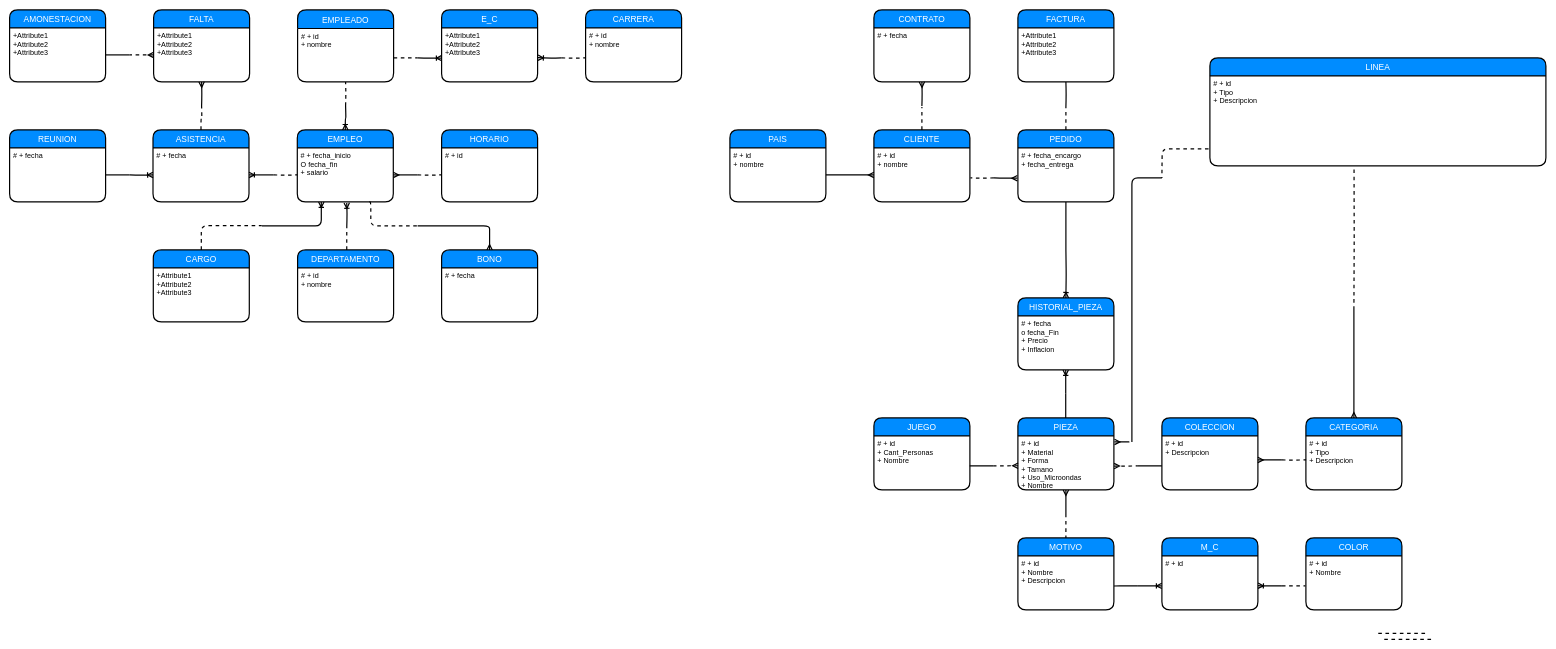
Before: MER.drawio in gctv01/BD1Project2019, a draw.io diagram. Source tidied: cells renumbered, new cells numbered last; positions are measured from the earlier drawing's top-left corner, leaving out a move shared by most shapes. Both pictures are drawn from the tidied source at 60%, with x=0, y=0 at pixel (10, 10).
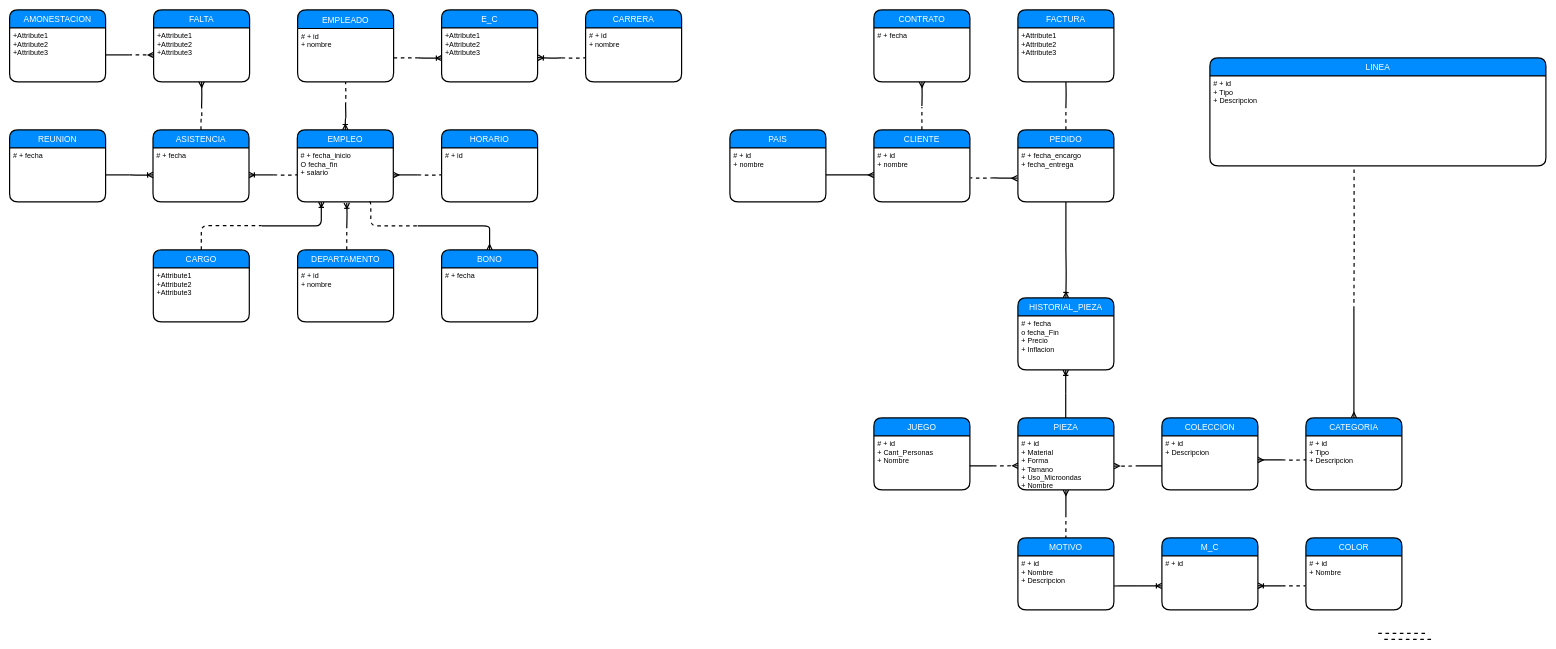
The same diagram, later.

Unchanged cells that the change refers to:
```xml
<mxCell id="54" value="# + id&#10;+ Tipo&#10;+ Descripcion" style="align=left;strokeColor=none;fillColor=none;spacingLeft=4;fontSize=12;verticalAlign=top;" parent="53" vertex="1">
  <mxGeometry y="30" width="560" height="150" as="geometry" />
</mxCell>
```

The edit, as a diff of the source:
```diff
@@
-    <mxCell id="26" style="edgeStyle=orthogonalEdgeStyle;fontSize=12;html=1;endArrow=none;startArrow=none;strokeWidth=2;startFill=0;endFill=0;dashed=1;exitX=-0.004;exitY=0.81;exitDx=0;exitDy=0;exitPerimeter=0;" parent="1" edge="1" source="54">
-      <mxGeometry relative="1" as="geometry">
-        <mxPoint x="1920" y="280" as="targetPoint" />
-      </mxGeometry>
-    </mxCell>
@@
-    <mxCell id="47" style="edgeStyle=orthogonalEdgeStyle;fontSize=12;html=1;endArrow=none;startArrow=none;strokeWidth=2;endFill=0;startFill=0;" parent="1" edge="1">
-      <mxGeometry relative="1" as="geometry">
-        <mxPoint x="1920" y="280" as="sourcePoint" />
-        <mxPoint x="1870" y="720" as="targetPoint" />
-        <Array as="points">
-          <mxPoint x="1920" y="280" />
-        </Array>
-      </mxGeometry>
-    </mxCell>
@@
-    <mxCell id="105" style="endArrow=ERmany;html=1;strokeWidth=2;endFill=0;" parent="1" edge="1">
-      <mxGeometry relative="1" as="geometry">
-        <mxPoint x="1841" y="720" as="sourcePoint" />
-        <mxPoint x="1841" y="720" as="targetPoint" />
-        <Array as="points">
-          <mxPoint x="1870" y="720" />
-        </Array>
-      </mxGeometry>
-    </mxCell>
```
